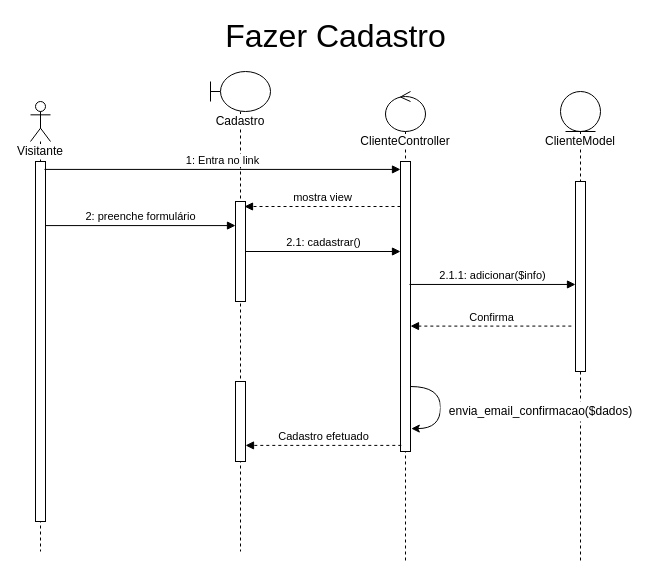
Before: page "Fazer Cadastro" (2 of 8) of docs/Diagramas/Diagrama-Sequência/Sequencia.drawio in joaopaulo7/GCC188-Projeto-Final, a draw.io diagram. Source tidied: cells renumbered, new cells numbered last; positions are measured from the earlier drawing's top-left corner, leaving out a move shared by most shapes. Both pictures are drawn from the tidied source at 100%, with x=0, y=0 at pixel (30, 21).
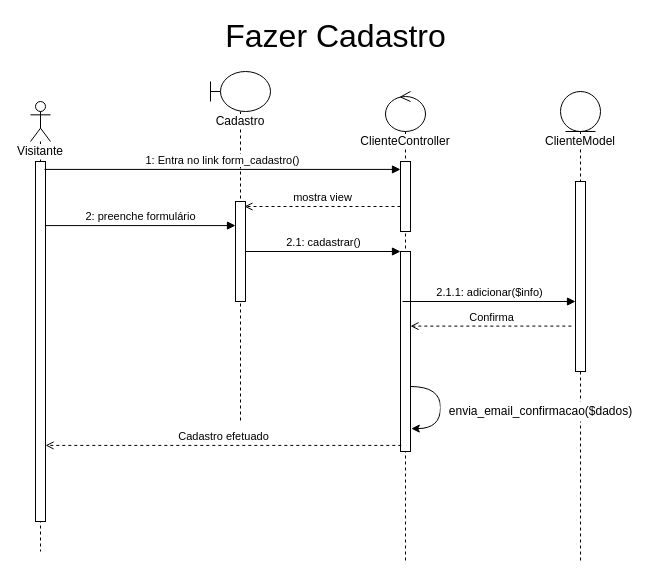
Above is the later version.

The change refers to these unchanged cells:
```xml
<mxCell id="3" style="html=1;points=[];perimeter=orthogonalPerimeter;fillColor=default;" parent="2" vertex="1">
  <mxGeometry x="5" y="60" width="10" height="360" as="geometry" />
</mxCell>
<mxCell id="5" style="html=1;points=[];perimeter=orthogonalPerimeter;fillColor=default;" parent="4" vertex="1">
  <mxGeometry x="25" y="130" width="10" height="100" as="geometry" />
</mxCell>
<mxCell id="7" value="&lt;span style=&quot;background-color: rgb(255 , 255 , 255)&quot;&gt;ClienteController&lt;/span&gt;" style="shape=umlLifeline;participant=umlControl;perimeter=lifelinePerimeter;whiteSpace=wrap;html=1;verticalAlign=top;spacingTop=36;fillColor=default;" parent="1" vertex="1">
  <mxGeometry x="355" y="70" width="40" height="470" as="geometry" />
</mxCell>
<mxCell id="12" style="html=1;points=[];perimeter=orthogonalPerimeter;labelBackgroundColor=#FFFFFF;fillColor=default;" parent="11" vertex="1">
  <mxGeometry x="15" y="90" width="10" height="190" as="geometry" />
</mxCell>
```

Diff of the diagram source:
```diff
@@
     <mxCell id="4" value="&lt;span style=&quot;background-color: rgb(255 , 255 , 255)&quot;&gt;Cadastro&lt;/span&gt;" style="shape=umlLifeline;participant=umlBoundary;perimeter=lifelinePerimeter;whiteSpace=wrap;html=1;verticalAlign=top;spacingTop=36;" parent="1" vertex="1">
-      <mxGeometry x="180" y="50" width="60" height="480" as="geometry" />
+      <mxGeometry x="180" y="50" width="60" height="350" as="geometry" />
     </mxCell>
@@
-    <mxCell id="6" style="html=1;points=[];perimeter=orthogonalPerimeter;labelBackgroundColor=#FFFFFF;fillColor=default;" parent="4" vertex="1">
-      <mxGeometry x="25" y="310" width="10" height="80" as="geometry" />
-    </mxCell>
@@
     <mxCell id="8" style="html=1;points=[];perimeter=orthogonalPerimeter;labelBackgroundColor=#FFFFFF;fillColor=default;" parent="7" vertex="1">
-      <mxGeometry x="15" y="70" width="10" height="290" as="geometry" />
+      <mxGeometry x="15" y="160" width="10" height="200" as="geometry" />
     </mxCell>
@@
+    <mxCell id="21" style="html=1;points=[];perimeter=orthogonalPerimeter;" parent="7" vertex="1">
+      <mxGeometry x="15" y="70" width="10" height="70" as="geometry" />
+    </mxCell>
@@
-    <mxCell id="13" value="2.1.1: adicionar($info)" style="html=1;verticalAlign=bottom;endArrow=block;rounded=0;exitX=0.9;exitY=0.424;exitDx=0;exitDy=0;exitPerimeter=0;" parent="1" edge="1" source="8" target="12">
+    <mxCell id="13" value="2.1.1: adicionar($info)" style="html=1;verticalAlign=bottom;endArrow=block;rounded=0;exitX=0.2;exitY=0.25;exitDx=0;exitDy=0;exitPerimeter=0;" parent="1" edge="1" source="8" target="12">
       <mxGeometry relative="1" as="geometry" />
     </mxCell>
-    <mxCell id="14" value="Confirma" style="html=1;verticalAlign=bottom;endArrow=block;rounded=0;exitX=-0.417;exitY=0.761;exitDx=0;exitDy=0;exitPerimeter=0;dashed=1;" parent="1" edge="1" source="12">
+    <mxCell id="14" value="Confirma" style="html=1;verticalAlign=bottom;endArrow=open;rounded=0;exitX=-0.417;exitY=0.761;exitDx=0;exitDy=0;exitPerimeter=0;dashed=1;endFill=0;" parent="1" edge="1" source="12">
       <mxGeometry relative="1" as="geometry">
         <mxPoint x="380" y="304.6" as="targetPoint" />
       </mxGeometry>
     </mxCell>
@@
-    <mxCell id="16" value="Cadastro efetuado" style="html=1;verticalAlign=bottom;endArrow=block;rounded=0;exitX=0.083;exitY=0.953;exitDx=0;exitDy=0;exitPerimeter=0;dashed=1;" parent="1" edge="1" target="6">
+    <mxCell id="16" value="Cadastro efetuado" style="html=1;verticalAlign=bottom;endArrow=open;rounded=0;exitX=0.083;exitY=0.953;exitDx=0;exitDy=0;exitPerimeter=0;dashed=1;endFill=0;" parent="1" edge="1" target="3">
       <mxGeometry relative="1" as="geometry">
         <mxPoint x="370.8" y="423.9" as="sourcePoint" />
       </mxGeometry>
     </mxCell>
@@
-    <mxCell id="19" value="1: Entra no link" style="html=1;verticalAlign=bottom;endArrow=block;rounded=0;exitX=0.9;exitY=0.022;exitDx=0;exitDy=0;exitPerimeter=0;" parent="1" edge="1" source="3" target="8">
+    <mxCell id="19" value="1: Entra no link form_cadastro()" style="html=1;verticalAlign=bottom;endArrow=block;rounded=0;exitX=0.9;exitY=0.022;exitDx=0;exitDy=0;exitPerimeter=0;" parent="1" edge="1" source="3" target="21">
       <mxGeometry relative="1" as="geometry" />
     </mxCell>
-    <mxCell id="20" value="mostra view" style="html=1;verticalAlign=bottom;endArrow=block;rounded=0;dashed=1;entryX=0.9;entryY=0.05;entryDx=0;entryDy=0;entryPerimeter=0;" parent="1" edge="1" source="8" target="5">
+    <mxCell id="20" value="mostra view" style="html=1;verticalAlign=bottom;endArrow=open;rounded=0;dashed=1;entryX=0.9;entryY=0.05;entryDx=0;entryDy=0;entryPerimeter=0;endFill=0;" parent="1" edge="1" source="21" target="5">
       <mxGeometry relative="1" as="geometry" />
     </mxCell>
```
